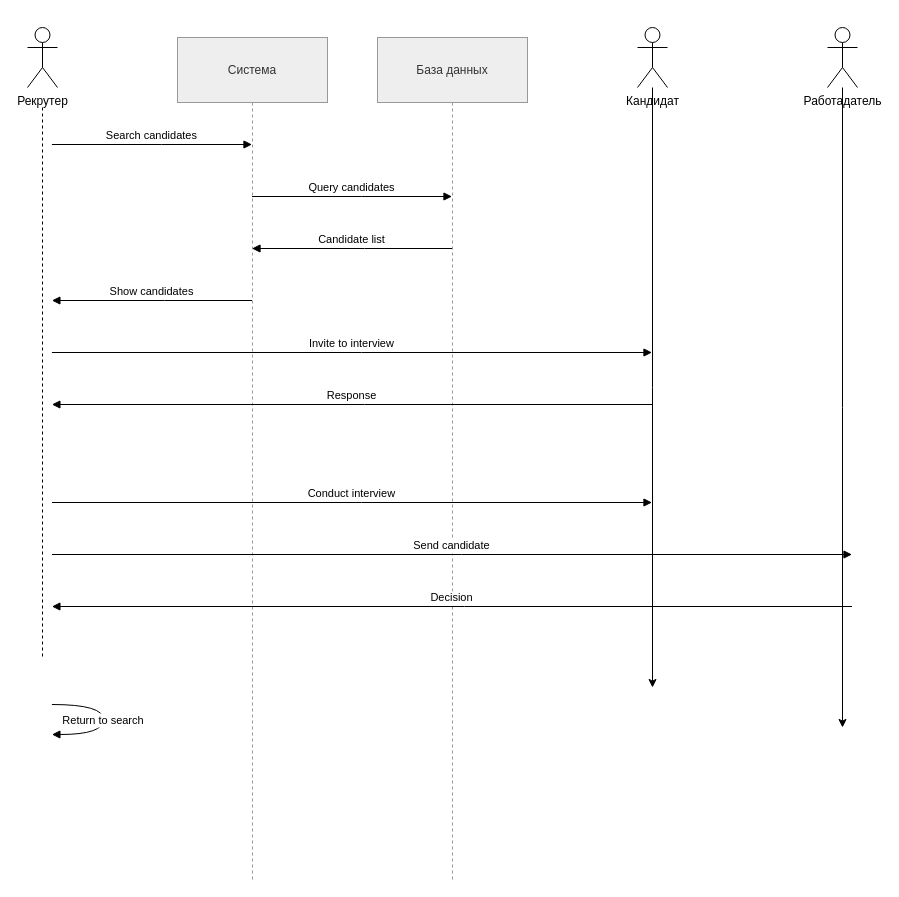
This is Диаграмма_последовательности (2).drawio from Regdal-cyber/Coursework, a draw.io file, before an edit. Source tidied: cells renumbered, new cells numbered last; positions are measured from the earlier drawing's top-left corner, leaving out a move shared by most shapes. Both pictures are drawn from the tidied source at 100%, with x=0, y=0 at pixel (27, 27).
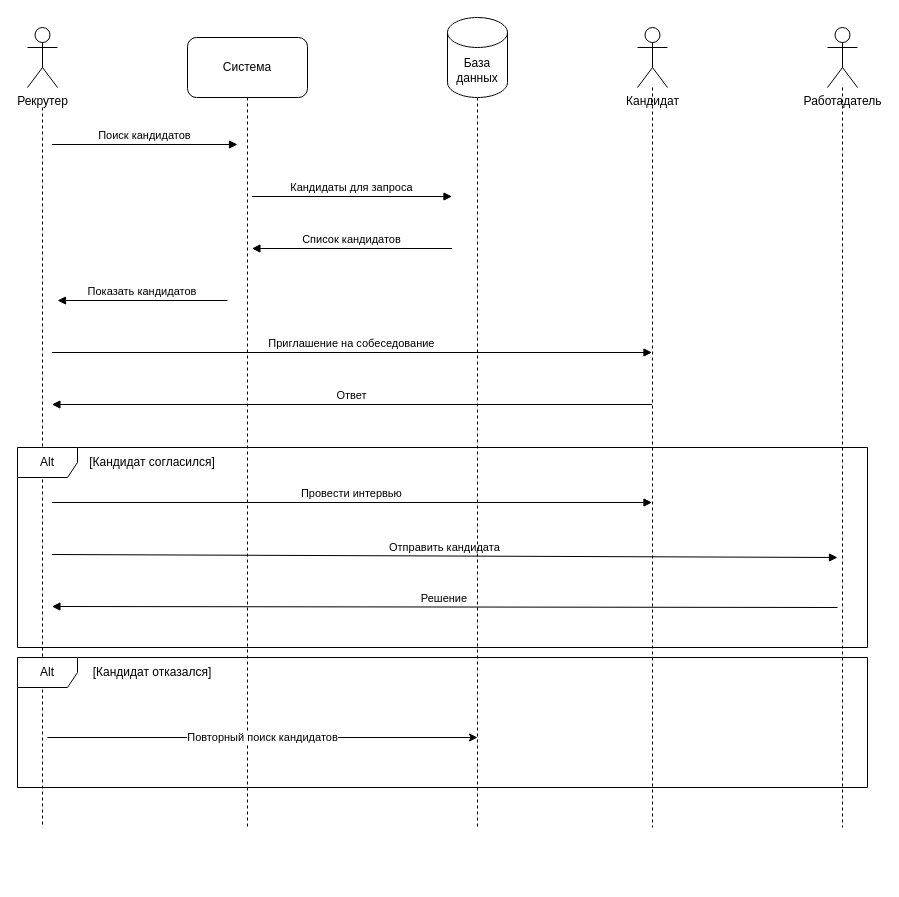
The same page after the edit.

Unchanged cells that the change refers to:
```xml
<mxCell id="17" value="Кандидат" style="shape=umlActor;verticalLabelPosition=bottom;verticalAlign=top;html=1;outlineConnect=0;" parent="1" vertex="1">
  <mxGeometry x="610" width="30" height="60" as="geometry" />
</mxCell>
<mxCell id="19" value="Работадатель" style="shape=umlActor;verticalLabelPosition=bottom;verticalAlign=top;html=1;outlineConnect=0;" parent="1" vertex="1">
  <mxGeometry x="800" width="30" height="60" as="geometry" />
</mxCell>
```

What changed in the source:
```diff
@@
-    <mxCell id="2" value="Система" style="shape=umlLifeline;perimeter=lifelinePerimeter;whiteSpace=wrap;outlineConnect=0;portConstraint=eastwest;newEdgeStyle={&quot;edgeStyle&quot;:&quot;elbowEdgeStyle&quot;,&quot;elbow&quot;:&quot;vertical&quot;,&quot;curved&quot;:0,&quot;rounded&quot;:0};size=65;fillColor=light-dark(#eeeeee,#1f2020);strokeColor=light-dark(#999999,#cccccc);fontColor=light-dark(#333333,#cccccc);" parent="1" vertex="1">
-      <mxGeometry x="150" y="10" width="150" height="842" as="geometry" />
-    </mxCell>
-    <mxCell id="3" value="База данных" style="shape=umlLifeline;perimeter=lifelinePerimeter;whiteSpace=wrap;outlineConnect=0;portConstraint=eastwest;newEdgeStyle={&quot;edgeStyle&quot;:&quot;elbowEdgeStyle&quot;,&quot;elbow&quot;:&quot;vertical&quot;,&quot;curved&quot;:0,&quot;rounded&quot;:0};size=65;fillColor=light-dark(#eeeeee,#1f2020);strokeColor=light-dark(#999999,#cccccc);fontColor=light-dark(#333333,#cccccc);" parent="1" vertex="1">
-      <mxGeometry x="350" y="10" width="150" height="842" as="geometry" />
-    </mxCell>
-    <mxCell id="4" value="Search candidates" style="verticalAlign=bottom;edgeStyle=elbowEdgeStyle;elbow=vertical;curved=0;rounded=0;endArrow=block;" parent="1" edge="1" target="2">
+    <mxCell id="4" value="Поиск кандидатов" style="verticalAlign=bottom;elbow=vertical;rounded=0;endArrow=block;fontFamily=Helvetica;" parent="1" edge="1">
       <mxGeometry relative="1" as="geometry">
         <mxPoint x="24.4" y="117" as="sourcePoint" />
-        <Array as="points">
-          <mxPoint x="134" y="117" />
-        </Array>
+        <mxPoint x="210" y="117" as="targetPoint" />
       </mxGeometry>
     </mxCell>
-    <mxCell id="5" value="Query candidates" style="verticalAlign=bottom;edgeStyle=elbowEdgeStyle;elbow=vertical;curved=0;rounded=0;endArrow=block;" parent="1" edge="1" source="2" target="3">
+    <mxCell id="5" value="Кандидаты для запроса" style="verticalAlign=bottom;elbow=vertical;rounded=0;endArrow=block;" parent="1" edge="1">
       <mxGeometry relative="1" as="geometry">
-        <Array as="points">
-          <mxPoint x="334" y="169" />
-        </Array>
+        <mxPoint x="224.4" y="169" as="sourcePoint" />
+        <mxPoint x="424.5" y="169" as="targetPoint" />
       </mxGeometry>
     </mxCell>
-    <mxCell id="6" value="Candidate list" style="verticalAlign=bottom;edgeStyle=elbowEdgeStyle;elbow=vertical;curved=0;rounded=0;endArrow=block;" parent="1" edge="1" source="3" target="2">
+    <mxCell id="6" value="Список кандидатов" style="verticalAlign=bottom;elbow=vertical;rounded=0;endArrow=block;" parent="1" edge="1">
       <mxGeometry relative="1" as="geometry">
-        <Array as="points">
-          <mxPoint x="337" y="221" />
-        </Array>
+        <mxPoint x="424.5" y="221" as="sourcePoint" />
+        <mxPoint x="224.4" y="221" as="targetPoint" />
       </mxGeometry>
     </mxCell>
-    <mxCell id="7" value="Show candidates" style="verticalAlign=bottom;edgeStyle=elbowEdgeStyle;elbow=vertical;curved=0;rounded=0;endArrow=block;" parent="1" edge="1" source="2">
+    <mxCell id="7" value="Показать кандидатов" style="verticalAlign=bottom;elbow=vertical;rounded=0;endArrow=block;" parent="1" edge="1">
       <mxGeometry relative="1" as="geometry">
-        <mxPoint x="24.4" y="273" as="targetPoint" />
-        <Array as="points">
-          <mxPoint x="137" y="273" />
-        </Array>
+        <mxPoint x="200" y="273" as="sourcePoint" />
+        <mxPoint x="30" y="273" as="targetPoint" />
       </mxGeometry>
     </mxCell>
-    <mxCell id="8" value="Invite to interview" style="verticalAlign=bottom;edgeStyle=elbowEdgeStyle;elbow=vertical;curved=0;rounded=0;endArrow=block;" parent="1" edge="1">
+    <mxCell id="8" value="Приглашение на собеседование" style="verticalAlign=bottom;elbow=vertical;rounded=0;endArrow=block;" parent="1" edge="1">
       <mxGeometry relative="1" as="geometry">
         <mxPoint x="24.4" y="325" as="sourcePoint" />
         <mxPoint x="624.5" y="325" as="targetPoint" />
-        <Array as="points">
-          <mxPoint x="334" y="325" />
-        </Array>
       </mxGeometry>
     </mxCell>
-    <mxCell id="9" value="Response" style="verticalAlign=bottom;edgeStyle=elbowEdgeStyle;elbow=vertical;curved=0;rounded=0;endArrow=block;" parent="1" edge="1">
+    <mxCell id="9" value="Ответ" style="verticalAlign=bottom;elbow=vertical;rounded=0;endArrow=block;" parent="1" edge="1">
       <mxGeometry relative="1" as="geometry">
         <mxPoint x="624.5" y="377" as="sourcePoint" />
         <mxPoint x="24.4" y="377" as="targetPoint" />
-        <Array as="points">
-          <mxPoint x="337" y="377" />
-        </Array>
       </mxGeometry>
     </mxCell>
-    <mxCell id="10" value="Conduct interview" style="verticalAlign=bottom;edgeStyle=elbowEdgeStyle;elbow=vertical;curved=0;rounded=0;endArrow=block;" parent="1" edge="1">
+    <mxCell id="10" value="Провести интервью" style="verticalAlign=bottom;elbow=vertical;rounded=0;endArrow=block;" parent="1" edge="1">
       <mxGeometry relative="1" as="geometry">
         <mxPoint x="24.4" y="475" as="sourcePoint" />
         <mxPoint x="624.5" y="475" as="targetPoint" />
-        <Array as="points">
-          <mxPoint x="334" y="475" />
-        </Array>
       </mxGeometry>
     </mxCell>
-    <mxCell id="11" value="Send candidate" style="verticalAlign=bottom;edgeStyle=elbowEdgeStyle;elbow=vertical;curved=0;rounded=0;endArrow=block;" parent="1" edge="1">
+    <mxCell id="11" value="Отправить кандидата" style="verticalAlign=bottom;elbow=vertical;rounded=0;endArrow=block;" parent="1" edge="1">
       <mxGeometry relative="1" as="geometry">
         <mxPoint x="24.4" y="527" as="sourcePoint" />
-        <mxPoint x="824.5" y="527" as="targetPoint" />
-        <Array as="points">
-          <mxPoint x="434" y="527" />
-        </Array>
+        <mxPoint x="810" y="530" as="targetPoint" />
       </mxGeometry>
     </mxCell>
-    <mxCell id="12" value="Decision" style="verticalAlign=bottom;edgeStyle=elbowEdgeStyle;elbow=vertical;curved=0;rounded=0;endArrow=block;" parent="1" edge="1">
+    <mxCell id="12" value="Решение" style="verticalAlign=bottom;elbow=vertical;rounded=0;endArrow=block;" parent="1" edge="1">
       <mxGeometry relative="1" as="geometry">
-        <mxPoint x="824.5" y="579" as="sourcePoint" />
+        <mxPoint x="810" y="580" as="sourcePoint" />
         <mxPoint x="24.4" y="579" as="targetPoint" />
-        <Array as="points">
-          <mxPoint x="437" y="579" />
-        </Array>
       </mxGeometry>
     </mxCell>
-    <mxCell id="13" value="Return to search" style="curved=1;endArrow=block;" parent="1" edge="1">
-      <mxGeometry relative="1" as="geometry">
-        <mxPoint x="24.4" y="677" as="sourcePoint" />
-        <mxPoint x="24.4" y="707" as="targetPoint" />
-        <Array as="points">
-          <mxPoint x="76" y="677" />
-          <mxPoint x="76" y="707" />
-        </Array>
-      </mxGeometry>
-    </mxCell>
     <mxCell id="14" style="edgeStyle=orthogonalEdgeStyle;rounded=0;orthogonalLoop=1;jettySize=auto;html=1;dashed=1;endArrow=none;endFill=0;" parent="1" edge="1">
       <mxGeometry relative="1" as="geometry">
         <mxPoint x="15" y="80" as="sourcePoint" />
-        <mxPoint x="15" y="630" as="targetPoint" />
+        <mxPoint x="15" y="800" as="targetPoint" />
       </mxGeometry>
     </mxCell>
@@
-    <mxCell id="16" style="edgeStyle=orthogonalEdgeStyle;rounded=0;jettySize=auto;html=1;" parent="1" edge="1" source="17">
+    <mxCell id="16" style="edgeStyle=orthogonalEdgeStyle;rounded=0;jettySize=auto;html=1;dashed=1;endArrow=none;endFill=0;" parent="1" edge="1" source="17">
       <mxGeometry relative="1" as="geometry">
-        <mxPoint x="625" y="660" as="targetPoint" />
+        <mxPoint x="625" y="800" as="targetPoint" />
       </mxGeometry>
     </mxCell>
@@
-    <mxCell id="18" style="edgeStyle=orthogonalEdgeStyle;rounded=0;jettySize=auto;html=1;" parent="1" edge="1" source="19">
+    <mxCell id="18" style="edgeStyle=orthogonalEdgeStyle;rounded=0;jettySize=auto;html=1;dashed=1;endArrow=none;endFill=0;" parent="1" edge="1" source="19">
       <mxGeometry relative="1" as="geometry">
-        <mxPoint x="815" y="700" as="targetPoint" />
+        <mxPoint x="815" y="800" as="targetPoint" />
       </mxGeometry>
     </mxCell>
@@
+    <mxCell id="20" style="edgeStyle=orthogonalEdgeStyle;rounded=0;jettySize=auto;html=1;dashed=1;endArrow=none;endFill=0;" parent="1" edge="1" source="2">
+      <mxGeometry relative="1" as="geometry">
+        <mxPoint x="220" y="800" as="targetPoint" />
+      </mxGeometry>
+    </mxCell>
+    <mxCell id="2" value="Система" style="rounded=1;whiteSpace=wrap;html=1;" parent="1" vertex="1">
+      <mxGeometry x="160" y="10" width="120" height="60" as="geometry" />
+    </mxCell>
+    <mxCell id="21" style="edgeStyle=orthogonalEdgeStyle;rounded=0;jettySize=auto;html=1;dashed=1;endArrow=none;endFill=0;exitX=0.5;exitY=1;exitDx=0;exitDy=0;exitPerimeter=0;" parent="1" edge="1" source="3">
+      <mxGeometry relative="1" as="geometry">
+        <mxPoint x="450" y="800" as="targetPoint" />
+      </mxGeometry>
+    </mxCell>
+    <mxCell id="22" value="Alt" style="shape=umlFrame;whiteSpace=wrap;html=1;" parent="1" vertex="1">
+      <mxGeometry x="-10" y="420" width="850" height="200" as="geometry" />
+    </mxCell>
+    <mxCell id="3" value="База данных" style="shape=cylinder3;whiteSpace=wrap;html=1;boundedLbl=1;backgroundOutline=1;size=15;" parent="1" vertex="1">
+      <mxGeometry x="420" y="-10" width="60" height="80" as="geometry" />
+    </mxCell>
+    <mxCell id="23" value="[Кандидат согласился]&lt;div&gt;&lt;/div&gt;" style="text;html=1;whiteSpace=wrap;strokeColor=none;fillColor=none;align=center;verticalAlign=middle;rounded=0;" parent="1" vertex="1">
+      <mxGeometry x="60" y="420" width="130" height="30" as="geometry" />
+    </mxCell>
+    <mxCell id="24" value="Alt" style="shape=umlFrame;whiteSpace=wrap;html=1;" parent="1" vertex="1">
+      <mxGeometry x="-10" y="630" width="850" height="130" as="geometry" />
+    </mxCell>
+    <mxCell id="25" value="[Кандидат отказался]&lt;div&gt;&lt;/div&gt;" style="text;html=1;whiteSpace=wrap;strokeColor=none;fillColor=none;align=center;verticalAlign=middle;rounded=0;" parent="1" vertex="1">
+      <mxGeometry x="60" y="630" width="130" height="30" as="geometry" />
+    </mxCell>
+    <mxCell id="26" value="Повторный поиск кандидатов" style="endArrow=classic;html=1;rounded=0;" parent="1" edge="1">
+      <mxGeometry relative="1" as="geometry">
+        <mxPoint x="20" y="710" as="sourcePoint" />
+        <mxPoint x="450" y="710" as="targetPoint" />
+      </mxGeometry>
+    </mxCell>
```
